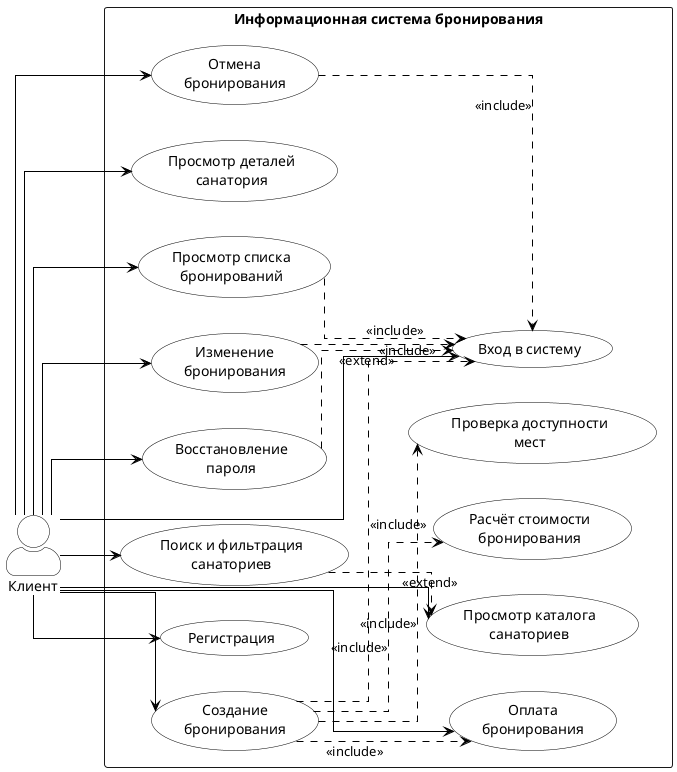
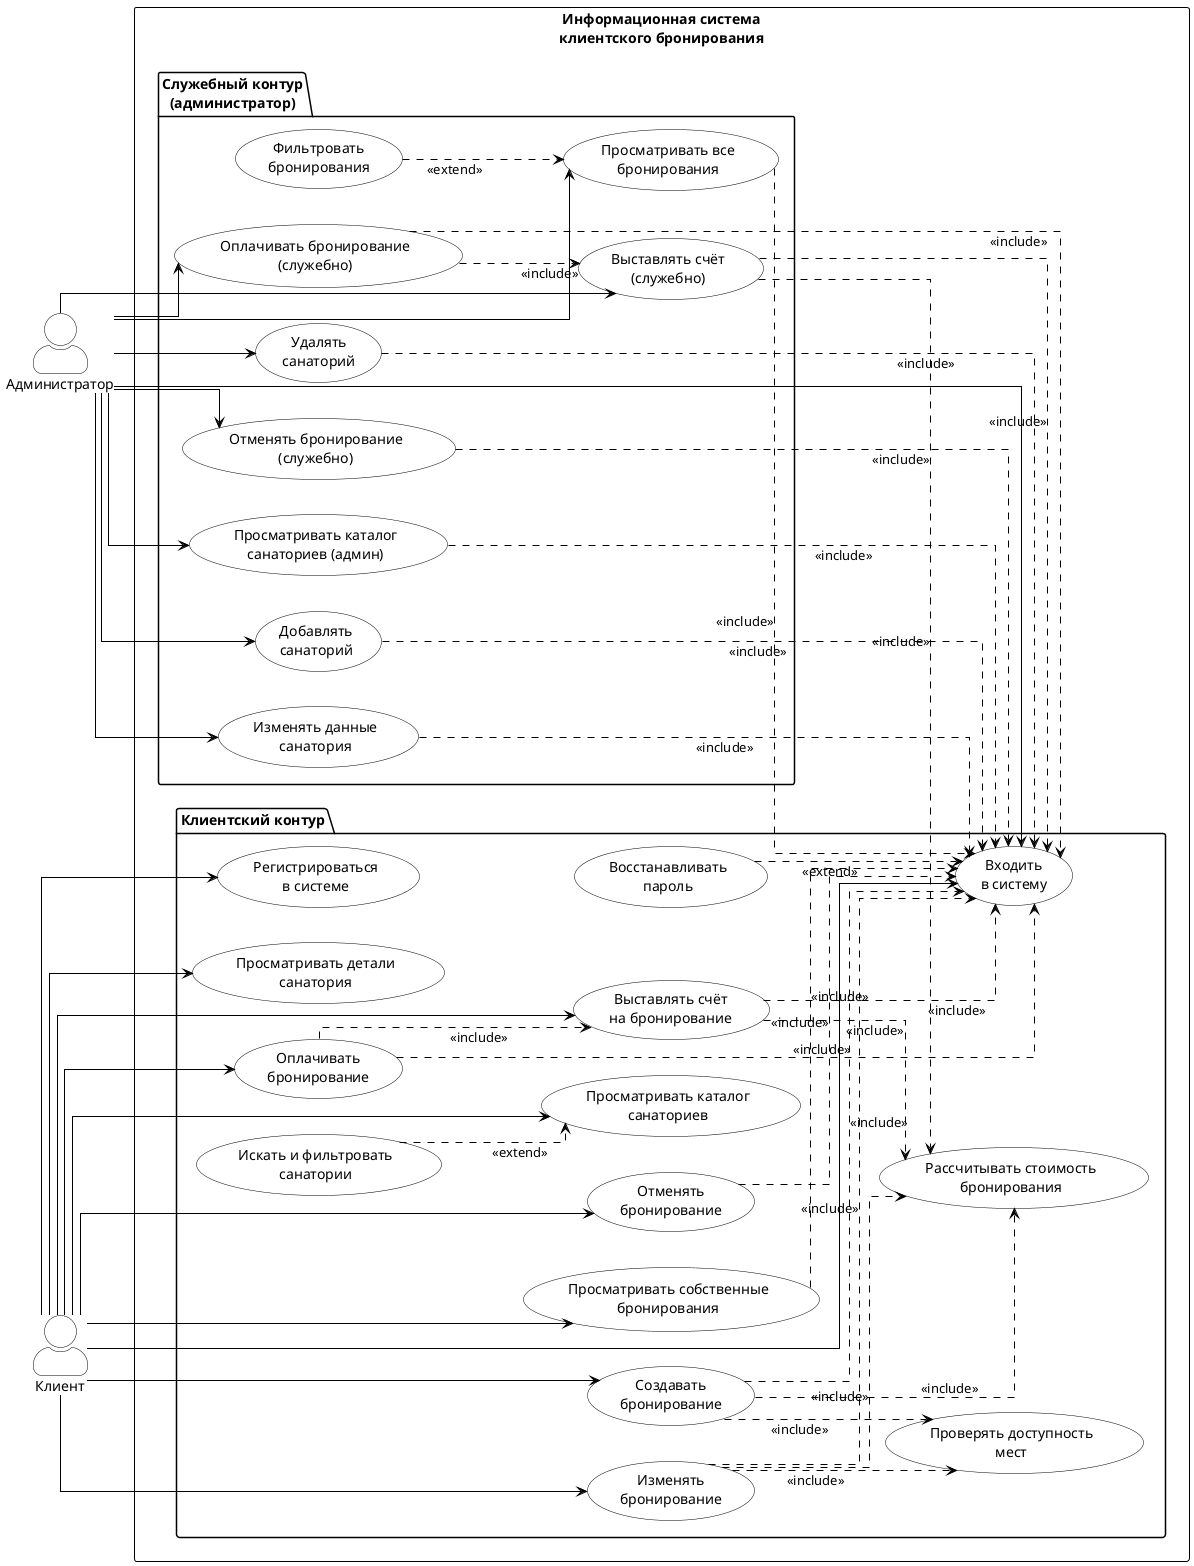
@startuml
+ skinparam backgroundColor white
skinparam actorStyle awesome
- skinparam backgroundColor white
skinparam usecaseBorderColor black
skinparam usecaseBackgroundColor white
skinparam usecaseFontColor black
skinparam actorBorderColor black
skinparam actorBackgroundColor white
skinparam actorFontColor black
+ skinparam packageBorderColor black
+ skinparam packageFontColor black
+ skinparam packageBackgroundColor white
skinparam arrowColor black
skinparam linetype ortho
left to right direction

actor "Клиент" as Client
+ actor "Администратор" as Admin

- rectangle "Информационная система бронирования" {
-     usecase "Регистрация" as UC1
-     usecase "Вход в систему" as UC2
-     usecase "Восстановление\nпароля" as UC3
-     usecase "Просмотр каталога\nсанаториев" as UC4
-     usecase "Поиск и фильтрация\nсанаториев" as UC5
-     usecase "Просмотр деталей\nсанатория" as UC6
-     usecase "Создание\nбронирования" as UC7
-     usecase "Проверка доступности\nмест" as UC8
-     usecase "Расчёт стоимости\nбронирования" as UC9
-     usecase "Оплата\nбронирования" as UC10
-     usecase "Просмотр списка\nбронирований" as UC11
-     usecase "Изменение\nбронирования" as UC12
-     usecase "Отмена\nбронирования" as UC13
+ rectangle "Информационная система\nклиентского бронирования" as System {
+ 
+   package "Клиентский контур" as ClientPkg {
+     usecase "Регистрироваться\nв системе" as UC_REG
+     usecase "Входить\nв систему" as UC_LOGIN
+     usecase "Восстанавливать\nпароль" as UC_PWD
+ 
+     usecase "Просматривать каталог\nсанаториев" as UC_CAT
+     usecase "Искать и фильтровать\nсанатории" as UC_FILTER
+     usecase "Просматривать детали\nсанатория" as UC_DETAIL
+ 
+     usecase "Создавать\nбронирование" as UC_CREATE
+     usecase "Просматривать собственные\nбронирования" as UC_LIST_OWN
+     usecase "Изменять\nбронирование" as UC_UPDATE
+     usecase "Отменять\nбронирование" as UC_CANCEL
+     usecase "Выставлять счёт\nна бронирование" as UC_INVOICE
+     usecase "Оплачивать\nбронирование" as UC_PAY
+ 
+     usecase "Проверять доступность\nмест" as UC_AVAIL
+     usecase "Рассчитывать стоимость\nбронирования" as UC_CALC
+   }
+ 
+   package "Служебный контур\n(администратор)" as AdminPkg {
+     usecase "Просматривать все\nбронирования" as UC_ADMIN_BOOK
+     usecase "Фильтровать\nбронирования" as UC_ADMIN_FILTER
+     usecase "Отменять бронирование\n(служебно)" as UC_ADMIN_CANCEL
+     usecase "Выставлять счёт\n(служебно)" as UC_ADMIN_INVOICE
+     usecase "Оплачивать бронирование\n(служебно)" as UC_ADMIN_PAY
+ 
+     usecase "Просматривать каталог\nсанаториев (админ)" as UC_ADMIN_SAN_LIST
+     usecase "Добавлять\nсанаторий" as UC_ADMIN_SAN_ADD
+     usecase "Изменять данные\nсанатория" as UC_ADMIN_SAN_EDIT
+     usecase "Удалять\nсанаторий" as UC_ADMIN_SAN_DEL
+   }
}

- Client --> UC1
- Client --> UC2
- Client --> UC3
- Client --> UC4
- Client --> UC5
- Client --> UC6
- Client --> UC7
- Client --> UC10
- Client --> UC11
- Client --> UC12
- Client --> UC13
+ ' --- Клиент ---
+ Client --> UC_REG
+ Client --> UC_LOGIN
+ Client --> UC_CAT
+ Client --> UC_DETAIL
+ Client --> UC_CREATE
+ Client --> UC_LIST_OWN
+ Client --> UC_UPDATE
+ Client --> UC_CANCEL
+ Client --> UC_INVOICE
+ Client --> UC_PAY

- UC3 ..> UC2 : <<extend>>
- UC5 ..> UC4 : <<extend>>
+ ' --- Администратор ---
+ Admin --> UC_LOGIN
+ Admin --> UC_ADMIN_BOOK
+ Admin --> UC_ADMIN_CANCEL
+ Admin --> UC_ADMIN_INVOICE
+ Admin --> UC_ADMIN_PAY
+ Admin --> UC_ADMIN_SAN_LIST
+ Admin --> UC_ADMIN_SAN_ADD
+ Admin --> UC_ADMIN_SAN_EDIT
+ Admin --> UC_ADMIN_SAN_DEL

- UC7 ..> UC2 : <<include>>
- UC7 ..> UC8 : <<include>>
- UC7 ..> UC9 : <<include>>
- UC7 ..> UC10 : <<include>>
+ ' --- Расширения ---
+ UC_PWD ..> UC_LOGIN : <<extend>>
+ UC_FILTER ..> UC_CAT : <<extend>>
+ UC_ADMIN_FILTER ..> UC_ADMIN_BOOK : <<extend>>

- UC11 ..> UC2 : <<include>>
- UC12 ..> UC2 : <<include>>
- UC13 ..> UC2 : <<include>>
+ ' --- Включения (клиент) ---
+ UC_CREATE ..> UC_LOGIN : <<include>>
+ UC_CREATE ..> UC_AVAIL : <<include>>
+ UC_CREATE ..> UC_CALC : <<include>>
+ 
+ UC_LIST_OWN ..> UC_LOGIN : <<include>>
+ UC_UPDATE ..> UC_LOGIN : <<include>>
+ UC_UPDATE ..> UC_AVAIL : <<include>>
+ UC_UPDATE ..> UC_CALC : <<include>>
+ UC_CANCEL ..> UC_LOGIN : <<include>>
+ 
+ UC_INVOICE ..> UC_LOGIN : <<include>>
+ UC_INVOICE ..> UC_CALC : <<include>>
+ UC_PAY ..> UC_LOGIN : <<include>>
+ UC_PAY ..> UC_INVOICE : <<include>>
+ 
+ ' --- Включения (администратор) ---
+ UC_ADMIN_BOOK ..> UC_LOGIN : <<include>>
+ UC_ADMIN_CANCEL ..> UC_LOGIN : <<include>>
+ UC_ADMIN_INVOICE ..> UC_LOGIN : <<include>>
+ UC_ADMIN_INVOICE ..> UC_CALC : <<include>>
+ UC_ADMIN_PAY ..> UC_LOGIN : <<include>>
+ UC_ADMIN_PAY ..> UC_ADMIN_INVOICE : <<include>>
+ 
+ UC_ADMIN_SAN_ADD ..> UC_LOGIN : <<include>>
+ UC_ADMIN_SAN_EDIT ..> UC_LOGIN : <<include>>
+ UC_ADMIN_SAN_DEL ..> UC_LOGIN : <<include>>
+ UC_ADMIN_SAN_LIST ..> UC_LOGIN : <<include>>

@enduml
